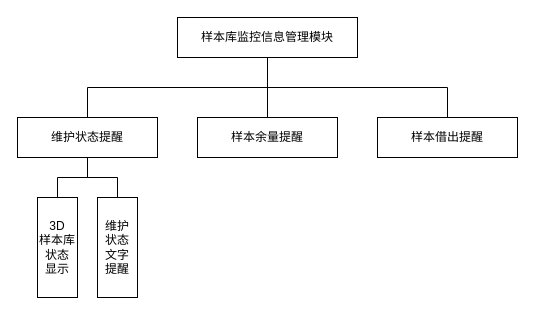
TeasusZt/DT-NEW keeps this draw.io diagram as page "样品库监控信息管理模块" (16 of 23) of DT-1-0326.drawio. Above is the earlier version. Source tidied: cells renumbered, new cells numbered last; positions are measured from the earlier drawing's top-left corner, leaving out a move shared by most shapes. Both pictures are drawn from the tidied source at 100%, with x=0, y=0 at pixel (17, 17).
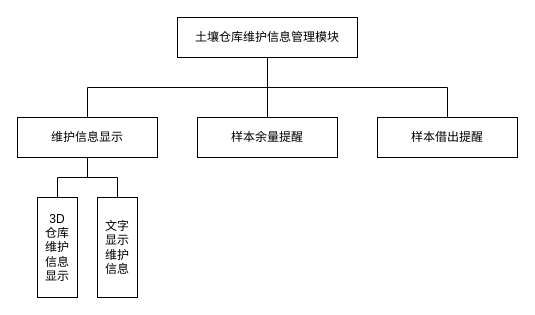
Above is the later version.

Change to the diagram source:
```diff
@@
 <mxGraphModel>
   <root>
     <mxCell id="0" />
     <mxCell id="1" parent="0" />
-    <mxCell id="2" value="3D&lt;br&gt;样本库&lt;br&gt;状态&lt;br&gt;显示" style="rounded=0;whiteSpace=wrap;html=1;align=center;" parent="1" vertex="1">
+    <mxCell id="2" value="3D&lt;br&gt;仓库&lt;br&gt;维护&lt;br&gt;信息&lt;br&gt;显示" style="rounded=0;whiteSpace=wrap;html=1;align=center;" parent="1" vertex="1">
       <mxGeometry x="20" y="180" width="40" height="100" as="geometry" />
     </mxCell>
-    <mxCell id="3" value="维护&lt;br&gt;状态&lt;br&gt;文字&lt;br&gt;提醒" style="rounded=0;whiteSpace=wrap;html=1;align=center;" parent="1" vertex="1">
+    <mxCell id="3" value="文字&lt;br&gt;显示&lt;br&gt;维护&lt;br&gt;信息" style="rounded=0;whiteSpace=wrap;html=1;align=center;" parent="1" vertex="1">
       <mxGeometry x="80" y="180" width="40" height="100" as="geometry" />
     </mxCell>
     <mxCell id="4" style="edgeStyle=orthogonalEdgeStyle;rounded=0;jettySize=auto;html=1;exitX=0.5;exitY=1;exitDx=0;exitDy=0;entryX=0.5;entryY=0;entryDx=0;entryDy=0;endArrow=none;endFill=0;" parent="1" edge="1" source="6" target="2">
       <mxGeometry relative="1" as="geometry" />
     </mxCell>
     <mxCell id="5" style="edgeStyle=orthogonalEdgeStyle;rounded=0;jettySize=auto;html=1;exitX=0.5;exitY=1;exitDx=0;exitDy=0;entryX=0.5;entryY=0;entryDx=0;entryDy=0;endArrow=none;endFill=0;" parent="1" edge="1" source="6" target="3">
       <mxGeometry relative="1" as="geometry" />
     </mxCell>
-    <mxCell id="6" value="维护状态提醒" style="rounded=0;whiteSpace=wrap;html=1;align=center;" parent="1" vertex="1">
+    <mxCell id="6" value="维护信息显示" style="rounded=0;whiteSpace=wrap;html=1;align=center;" parent="1" vertex="1">
       <mxGeometry y="100" width="140" height="40" as="geometry" />
     </mxCell>
     <mxCell id="7" value="样本余量提醒" style="rounded=0;whiteSpace=wrap;html=1;align=center;" parent="1" vertex="1">
       <mxGeometry x="180" y="100" width="140" height="40" as="geometry" />
     </mxCell>
     <mxCell id="8" value="样本借出提醒" style="rounded=0;whiteSpace=wrap;html=1;align=center;" parent="1" vertex="1">
       <mxGeometry x="360" y="100" width="140" height="40" as="geometry" />
     </mxCell>
     <mxCell id="9" style="edgeStyle=orthogonalEdgeStyle;rounded=0;jettySize=auto;html=1;exitX=0.5;exitY=1;exitDx=0;exitDy=0;endArrow=none;endFill=0;" parent="1" edge="1" source="12" target="6">
       <mxGeometry relative="1" as="geometry" />
     </mxCell>
     <mxCell id="10" style="edgeStyle=orthogonalEdgeStyle;rounded=0;jettySize=auto;html=1;exitX=0.5;exitY=1;exitDx=0;exitDy=0;entryX=0.5;entryY=0;entryDx=0;entryDy=0;endArrow=none;endFill=0;" parent="1" edge="1" source="12" target="8">
       <mxGeometry relative="1" as="geometry" />
     </mxCell>
     <mxCell id="11" style="edgeStyle=orthogonalEdgeStyle;rounded=0;jettySize=auto;html=1;exitX=0.5;exitY=1;exitDx=0;exitDy=0;entryX=0.5;entryY=0;entryDx=0;entryDy=0;endArrow=none;endFill=0;" parent="1" edge="1" source="12" target="7">
       <mxGeometry relative="1" as="geometry" />
     </mxCell>
-    <mxCell id="12" value="样本库监控信息管理模块" style="rounded=0;whiteSpace=wrap;html=1;align=center;" parent="1" vertex="1">
+    <mxCell id="12" value="土壤仓库维护信息管理模块" style="rounded=0;whiteSpace=wrap;html=1;align=center;" parent="1" vertex="1">
       <mxGeometry x="160" width="180" height="40" as="geometry" />
     </mxCell>
   </root>
 </mxGraphModel>
```
